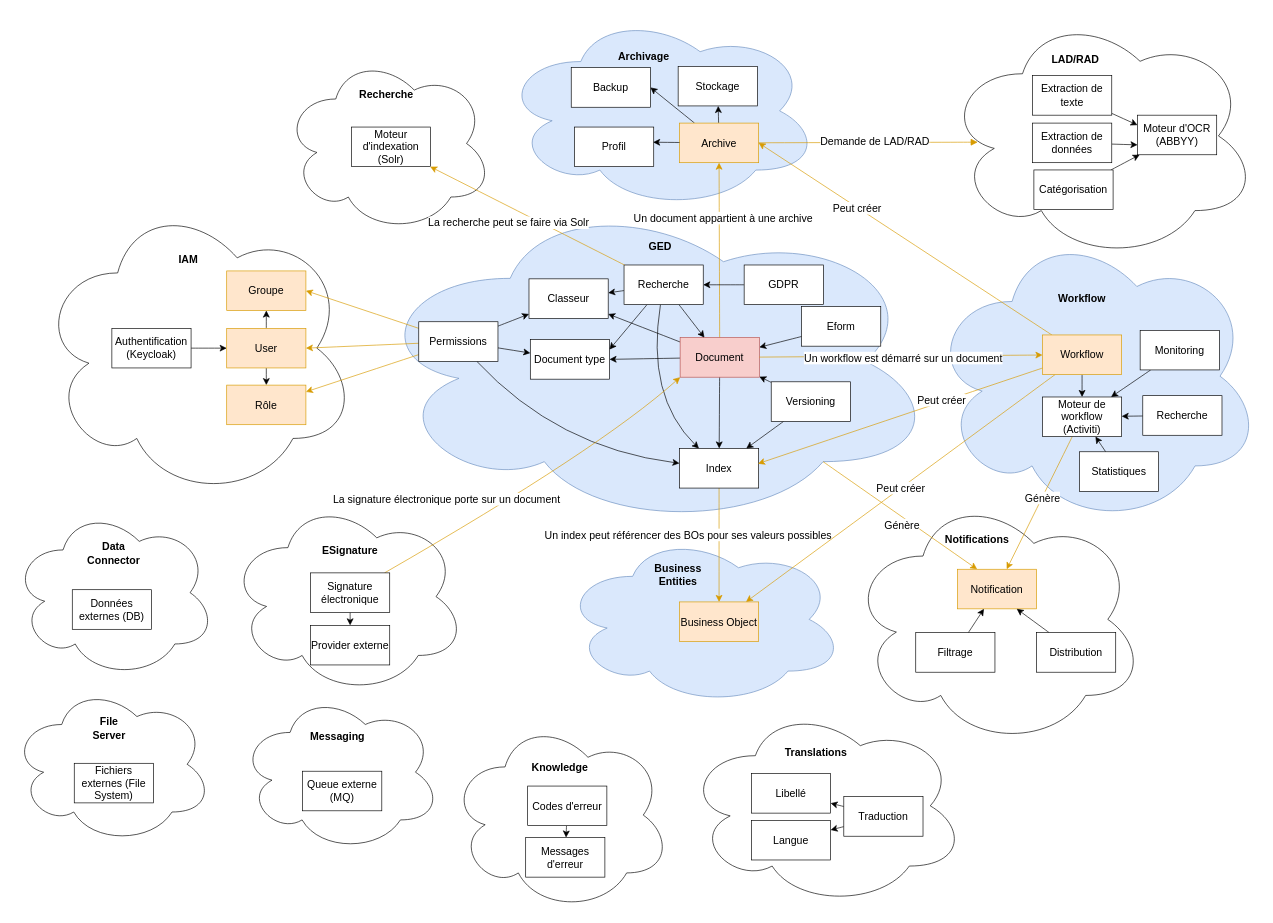
Above: bounded contexts.drawio in omasseau/drawio (draw.io), before the change. Source tidied: cells renumbered, new cells numbered last; positions are measured from the earlier drawing's top-left corner, leaving out a move shared by most shapes. Both pictures are drawn from the tidied source at 66%, with x=0, y=0 at pixel (11, 11).
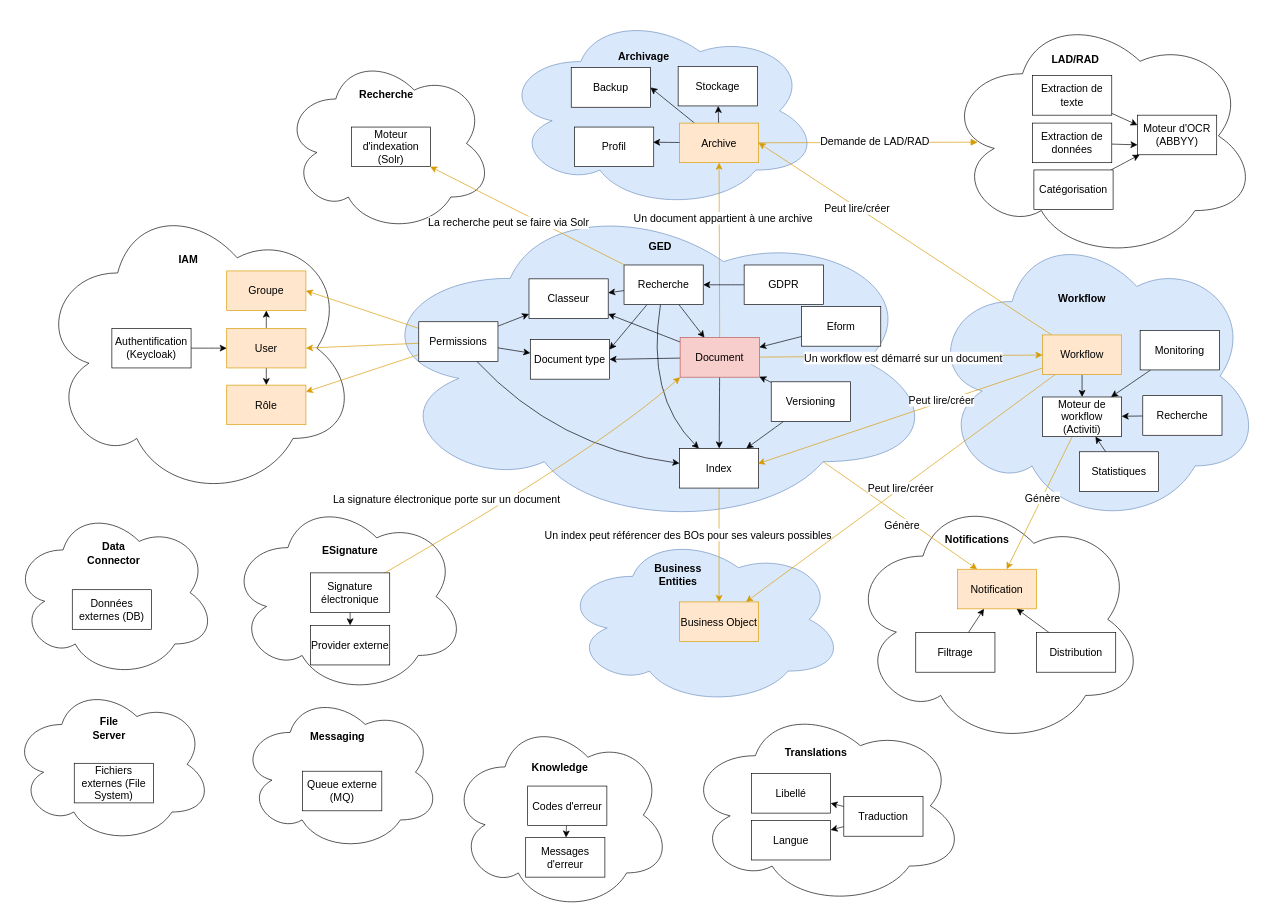
Above is the later version.

Commit message:
Mise à jour bounded contexts.drawio

Unchanged cells that the change refers to:
```xml
<mxCell id="23" style="edgeStyle=none;curved=1;rounded=0;jettySize=auto;html=1;entryX=1;entryY=0.5;entryDx=0;entryDy=0;fontSize=12;startSize=8;endSize=8;fillColor=#ffe6cc;strokeColor=#d79b00;" parent="1" edge="1" source="28" target="34">
  <mxGeometry relative="1" as="geometry" />
</mxCell>
<mxCell id="25" style="edgeStyle=none;curved=1;rounded=0;jettySize=auto;html=1;fontSize=12;startSize=8;endSize=8;fillColor=#ffe6cc;strokeColor=#d79b00;" parent="1" edge="1" source="28" target="30">
  <mxGeometry relative="1" as="geometry" />
</mxCell>
<mxCell id="38" style="edgeStyle=none;curved=1;rounded=0;jettySize=auto;html=1;entryX=0.992;entryY=0.383;entryDx=0;entryDy=0;entryPerimeter=0;fontSize=12;startSize=8;endSize=8;fillColor=#ffe6cc;strokeColor=#d79b00;" parent="1" edge="1" source="28" target="17">
  <mxGeometry relative="1" as="geometry" />
</mxCell>
```

Diff of the diagram source:
```diff
@@
-    <mxCell id="24" value="Peut créer" style="edgeLabel;html=1;align=center;verticalAlign=middle;fontSize=16;" parent="23" vertex="1">
+    <mxCell id="24" value="Peut lire/créer" style="edgeLabel;html=1;align=center;verticalAlign=middle;fontSize=16;" parent="23" vertex="1">
       <mxGeometry x="0.33" y="1" relative="1" as="geometry" />
     </mxCell>
@@
-    <mxCell id="26" value="Peut créer" style="edgeLabel;html=1;align=center;verticalAlign=middle;fontSize=16;" parent="25" vertex="1">
+    <mxCell id="26" value="Peut lire/créer" style="edgeLabel;html=1;align=center;verticalAlign=middle;fontSize=16;" parent="25" vertex="1">
       <mxGeometry y="-1" relative="1" as="geometry" />
     </mxCell>
@@
-    <mxCell id="39" value="Peut créer" style="edgeLabel;html=1;align=center;verticalAlign=middle;fontSize=16;" parent="38" vertex="1">
+    <mxCell id="39" value="Peut lire/créer" style="edgeLabel;html=1;align=center;verticalAlign=middle;fontSize=16;" parent="38" vertex="1">
       <mxGeometry x="0.17" y="-1" relative="1" as="geometry">
         <mxPoint x="99" y="-35" as="offset" />
       </mxGeometry>
     </mxCell>
```
